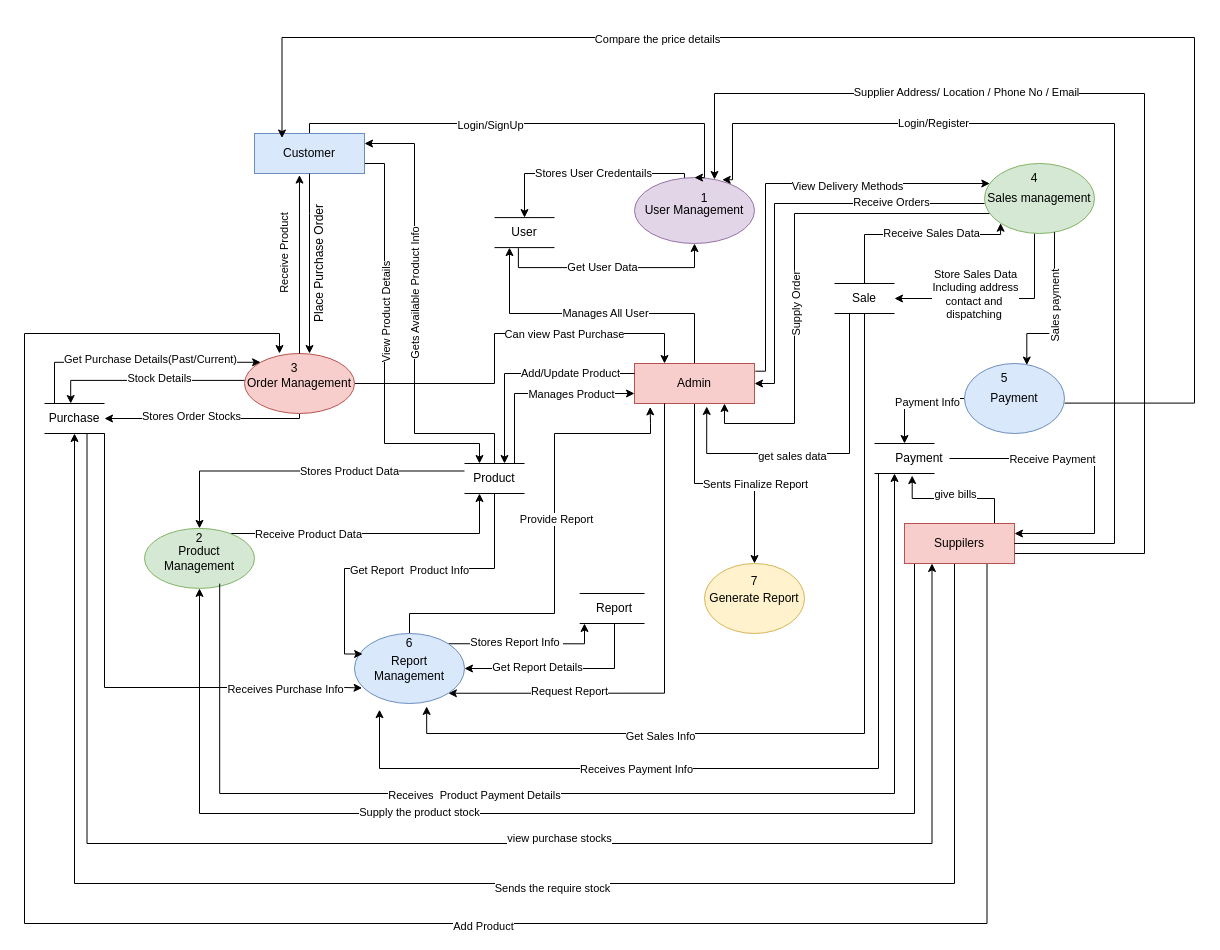
Before: hELLO.drawio in pawal-karki/DRAW.IO, a draw.io diagram. Source tidied: cells renumbered, new cells numbered last; positions are measured from the earlier drawing's top-left corner, leaving out a move shared by most shapes. Both pictures are drawn from the tidied source at 100%, with x=0, y=0 at pixel (24, 37).
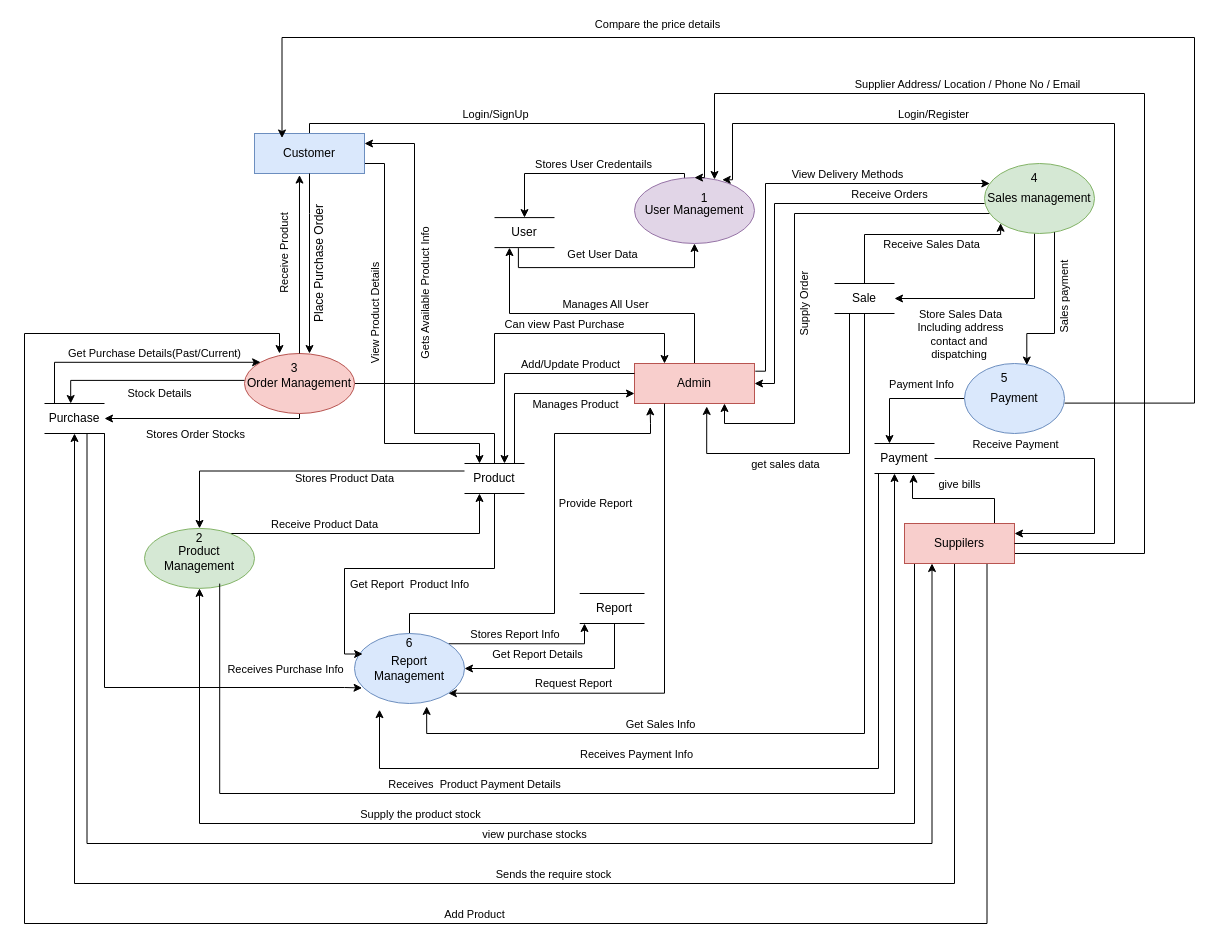
After the change.

The change refers to these unchanged cells:
```xml
<mxCell id="2" style="edgeStyle=orthogonalEdgeStyle;rounded=0;jettySize=auto;html=1;entryX=0.5;entryY=0;entryDx=0;entryDy=0;" parent="1" edge="1" target="83">
<mxCell id="5" style="edgeStyle=orthogonalEdgeStyle;rounded=0;jettySize=auto;html=1;entryX=0.25;entryY=1;entryDx=0;entryDy=0;" parent="1" edge="1" source="11" target="83">
<mxCell id="9" style="edgeStyle=orthogonalEdgeStyle;rounded=0;jettySize=auto;html=1;exitX=1;exitY=0.25;exitDx=0;exitDy=0;" parent="1" edge="1" target="40">
<mxCell id="11" value="Admin" style="rounded=0;whiteSpace=wrap;html=1;fillColor=#f8cecc;strokeColor=#b85450;" parent="1" vertex="1">
<mxCell id="14" style="edgeStyle=orthogonalEdgeStyle;rounded=0;jettySize=auto;html=1;entryX=0.5;entryY=1;entryDx=0;entryDy=0;startArrow=classic;startFill=1;endArrow=none;endFill=0;" parent="1" edge="1" source="22" target="106">
<mxCell id="16" style="edgeStyle=orthogonalEdgeStyle;rounded=0;jettySize=auto;html=1;exitX=1;exitY=0;exitDx=0;exitDy=0;entryX=0;entryY=1;entryDx=0;entryDy=0;" parent="1" edge="1" source="22" target="106">
<mxCell id="18" style="edgeStyle=orthogonalEdgeStyle;rounded=0;jettySize=auto;html=1;entryX=0.13;entryY=1.085;entryDx=0;entryDy=0;entryPerimeter=0;" parent="1" edge="1" source="22" target="11">
<mxCell id="20" style="edgeStyle=orthogonalEdgeStyle;rounded=0;jettySize=auto;html=1;exitX=1;exitY=1;exitDx=0;exitDy=0;entryX=0.25;entryY=1;entryDx=0;entryDy=0;startArrow=classic;startFill=1;endArrow=none;endFill=0;" parent="1" edge="1" source="22" target="11">
<mxCell id="23" style="edgeStyle=orthogonalEdgeStyle;rounded=0;jettySize=auto;html=1;entryX=0.5;entryY=0;entryDx=0;entryDy=0;" parent="1" edge="1" source="27" target="4">
<mxCell id="25" style="edgeStyle=orthogonalEdgeStyle;rounded=0;jettySize=auto;html=1;entryX=0.25;entryY=0;entryDx=0;entryDy=0;" parent="1" edge="1" source="27" target="80">
<mxCell id="28" style="edgeStyle=orthogonalEdgeStyle;rounded=0;jettySize=auto;html=1;" parent="1" edge="1" source="32" target="65">
<mxCell id="30" style="edgeStyle=orthogonalEdgeStyle;rounded=0;jettySize=auto;html=1;entryX=0.25;entryY=0;entryDx=0;entryDy=0;" parent="1" edge="1" source="32" target="11">
<mxCell id="33" style="edgeStyle=orthogonalEdgeStyle;rounded=0;jettySize=auto;html=1;entryX=0.25;entryY=1;entryDx=0;entryDy=0;" parent="1" edge="1" source="35" target="80">
<mxCell id="35" value="Product Management" style="ellipse;whiteSpace=wrap;html=1;fillColor=#d5e8d4;strokeColor=#82b366;" parent="1" vertex="1">
<mxCell id="36" style="edgeStyle=orthogonalEdgeStyle;rounded=0;jettySize=auto;html=1;entryX=0.75;entryY=1;entryDx=0;entryDy=0;" parent="1" edge="1" source="40" target="11">
<mxCell id="38" style="edgeStyle=orthogonalEdgeStyle;rounded=0;jettySize=auto;html=1;entryX=1;entryY=0.5;entryDx=0;entryDy=0;" parent="1" edge="1" source="40" target="94">
<mxCell id="41" style="edgeStyle=orthogonalEdgeStyle;rounded=0;jettySize=auto;html=1;entryX=0.25;entryY=0;entryDx=0;entryDy=0;" parent="1" edge="1" source="45" target="103">
<mxCell id="43" style="edgeStyle=orthogonalEdgeStyle;rounded=0;orthogonalLoop=1;jettySize=auto;html=1;entryX=0.25;entryY=0;entryDx=0;entryDy=0;" parent="1" edge="1">
<mxCell id="46" style="edgeStyle=orthogonalEdgeStyle;rounded=0;jettySize=auto;html=1;entryX=0.5;entryY=1;entryDx=0;entryDy=0;exitX=0.5;exitY=1;exitDx=0;exitDy=0;" parent="1" edge="1" source="54" target="65">
<mxCell id="48" style="edgeStyle=orthogonalEdgeStyle;rounded=0;jettySize=auto;html=1;" parent="1" edge="1" source="54" target="4">
<mxCell id="52" style="edgeStyle=orthogonalEdgeStyle;rounded=0;jettySize=auto;html=1;exitX=0.75;exitY=1;exitDx=0;exitDy=0;entryX=0.25;entryY=0;entryDx=0;entryDy=0;" parent="1" edge="1" source="54" target="116">
<mxCell id="54" value="Suppilers" style="rounded=0;whiteSpace=wrap;html=1;fillColor=#f8cecc;strokeColor=#b85450;" parent="1" vertex="1">
<mxCell id="61" style="edgeStyle=orthogonalEdgeStyle;rounded=0;jettySize=auto;html=1;entryX=0;entryY=0;entryDx=0;entryDy=0;" parent="1" edge="1" source="65" target="32">
<mxCell id="63" style="edgeStyle=orthogonalEdgeStyle;rounded=0;jettySize=auto;html=1;entryX=0.25;entryY=1;entryDx=0;entryDy=0;" parent="1" edge="1" target="54">
<mxCell id="66" style="edgeStyle=orthogonalEdgeStyle;rounded=0;orthogonalLoop=1;jettySize=auto;html=1;entryX=0.035;entryY=0.281;entryDx=0;entryDy=0;entryPerimeter=0;endArrow=none;endFill=0;startArrow=classic;startFill=1;" parent="1" edge="1">
<mxCell id="70" style="edgeStyle=orthogonalEdgeStyle;rounded=0;jettySize=auto;html=1;exitX=0;exitY=0.25;exitDx=0;exitDy=0;" parent="1" edge="1" source="80" target="35">
<mxCell id="72" style="edgeStyle=orthogonalEdgeStyle;rounded=0;jettySize=auto;html=1;" parent="1" edge="1" source="80">
<mxCell id="74" style="edgeStyle=orthogonalEdgeStyle;rounded=0;jettySize=auto;html=1;entryX=0;entryY=0.25;entryDx=0;entryDy=0;startArrow=classic;startFill=1;endArrow=none;endFill=0;" parent="1" edge="1" source="80" target="11">
<mxCell id="76" style="edgeStyle=orthogonalEdgeStyle;rounded=0;jettySize=auto;html=1;entryX=0;entryY=0.75;entryDx=0;entryDy=0;" parent="1" edge="1" source="80" target="11">
<mxCell id="78" style="edgeStyle=orthogonalEdgeStyle;rounded=0;jettySize=auto;html=1;entryX=0.074;entryY=0.293;entryDx=0;entryDy=0;entryPerimeter=0;" parent="1" edge="1" source="80" target="22">
<mxCell id="84" style="edgeStyle=orthogonalEdgeStyle;rounded=0;jettySize=auto;html=1;entryX=0.5;entryY=1;entryDx=0;entryDy=0;exitX=0.398;exitY=1.018;exitDx=0;exitDy=0;exitPerimeter=0;" parent="1" edge="1" source="83" target="4">
<mxCell id="86" style="edgeStyle=orthogonalEdgeStyle;rounded=0;jettySize=auto;html=1;entryX=0.731;entryY=0.033;entryDx=0;entryDy=0;entryPerimeter=0;" parent="1" edge="1" source="54" target="4">
<mxCell id="88" style="edgeStyle=orthogonalEdgeStyle;rounded=0;jettySize=auto;html=1;startArrow=classic;startFill=1;endArrow=none;endFill=0;" parent="1" edge="1" source="11">
<mxCell id="92" style="edgeStyle=orthogonalEdgeStyle;rounded=0;jettySize=auto;html=1;entryX=0;entryY=1;entryDx=0;entryDy=0;" parent="1" edge="1" source="94" target="40">
<mxCell id="97" style="edgeStyle=orthogonalEdgeStyle;rounded=0;jettySize=auto;html=1;entryX=1;entryY=0.25;entryDx=0;entryDy=0;" parent="1" edge="1" source="103" target="54">
<mxCell id="99" style="edgeStyle=orthogonalEdgeStyle;rounded=0;orthogonalLoop=1;jettySize=auto;html=1;entryX=0.684;entryY=0.92;entryDx=0;entryDy=0;entryPerimeter=0;startArrow=classic;startFill=1;endArrow=none;endFill=0;" parent="1" edge="1">
<mxCell id="101" style="edgeStyle=orthogonalEdgeStyle;rounded=0;orthogonalLoop=1;jettySize=auto;html=1;entryX=0;entryY=1;entryDx=0;entryDy=0;" parent="1" edge="1">
<mxCell id="107" style="edgeStyle=orthogonalEdgeStyle;rounded=0;jettySize=auto;html=1;entryX=0.623;entryY=0.022;entryDx=0;entryDy=0;entryPerimeter=0;" parent="1" edge="1" source="40" target="45">
<mxCell id="109" style="edgeStyle=orthogonalEdgeStyle;rounded=0;jettySize=auto;html=1;entryX=0.656;entryY=1.042;entryDx=0;entryDy=0;entryPerimeter=0;" parent="1" edge="1" source="94" target="22">
<mxCell id="111" style="edgeStyle=orthogonalEdgeStyle;rounded=0;jettySize=auto;html=1;entryX=0.069;entryY=0.778;entryDx=0;entryDy=0;entryPerimeter=0;" parent="1" edge="1" target="22">
<mxCell id="120" style="edgeStyle=orthogonalEdgeStyle;rounded=0;jettySize=auto;html=1;exitX=0.25;exitY=1;exitDx=0;exitDy=0;entryX=0.602;entryY=1.074;entryDx=0;entryDy=0;entryPerimeter=0;" parent="1" edge="1" source="94" target="11">
```

Change to the diagram source:
```diff
@@
     <mxCell id="3" value="Stores User Credentails" style="edgeLabel;html=1;align=center;verticalAlign=middle;" parent="2" vertex="1">
-      <mxGeometry x="-0.03" y="-1" relative="1" as="geometry" />
+      <mxGeometry x="-0.03" y="-1" relative="1" as="geometry">
+        <mxPoint y="-9" as="offset" />
+      </mxGeometry>
     </mxCell>
@@
     <mxCell id="6" value="Manages All User" style="edgeLabel;html=1;align=center;verticalAlign=middle;" parent="5" vertex="1">
-      <mxGeometry x="-0.07" y="-1" relative="1" as="geometry" />
+      <mxGeometry x="-0.07" y="-1" relative="1" as="geometry">
+        <mxPoint y="-9" as="offset" />
+      </mxGeometry>
     </mxCell>
-    <mxCell id="7" style="edgeStyle=orthogonalEdgeStyle;rounded=0;jettySize=auto;html=1;entryX=0.5;entryY=0;entryDx=0;entryDy=0;" parent="1" edge="1" source="11" target="113">
-      <mxGeometry relative="1" as="geometry" />
-    </mxCell>
-    <mxCell id="8" value="Sents Finalize Report" style="edgeLabel;html=1;align=center;verticalAlign=middle;" parent="7" vertex="1">
-      <mxGeometry x="-0.01" y="-3" relative="1" as="geometry">
-        <mxPoint x="31" y="-3" as="offset" />
-      </mxGeometry>
-    </mxCell>
@@
     <mxCell id="10" value="View Delivery Methods" style="edgeLabel;html=1;align=center;verticalAlign=middle;" parent="9" vertex="1">
-      <mxGeometry x="0.32" y="-2" relative="1" as="geometry" />
+      <mxGeometry x="0.32" y="-2" relative="1" as="geometry">
+        <mxPoint y="-12" as="offset" />
+      </mxGeometry>
     </mxCell>
@@
     <mxCell id="12" style="edgeStyle=orthogonalEdgeStyle;rounded=0;jettySize=auto;html=1;exitX=0;exitY=1;exitDx=0;exitDy=0;entryX=0.5;entryY=1;entryDx=0;entryDy=0;" parent="1" edge="1" source="54" target="35">
       <mxGeometry relative="1" as="geometry">
         <Array as="points">
           <mxPoint x="890" y="526" />
-          <mxPoint x="890" y="776" />
-          <mxPoint x="175" y="776" />
+          <mxPoint x="890" y="786" />
+          <mxPoint x="175" y="786" />
         </Array>
       </mxGeometry>
     </mxCell>
     <mxCell id="13" value="Supply the product stock" style="edgeLabel;html=1;align=center;verticalAlign=middle;" parent="12" vertex="1">
-      <mxGeometry x="0.26" y="-2" relative="1" as="geometry" />
+      <mxGeometry x="0.26" y="-2" relative="1" as="geometry">
+        <mxPoint x="4" y="-8" as="offset" />
+      </mxGeometry>
     </mxCell>
@@
     <mxCell id="15" value="Get Report Details" style="edgeLabel;html=1;align=center;verticalAlign=middle;" parent="14" vertex="1">
-      <mxGeometry x="-0.26" y="2" relative="1" as="geometry" />
+      <mxGeometry x="-0.26" y="2" relative="1" as="geometry">
+        <mxPoint y="-13" as="offset" />
+      </mxGeometry>
     </mxCell>
@@
     <mxCell id="17" value="Stores Report Info&amp;nbsp;" style="edgeLabel;html=1;align=center;verticalAlign=middle;" parent="16" vertex="1">
-      <mxGeometry x="-0.13" y="2" relative="1" as="geometry" />
+      <mxGeometry x="-0.13" y="2" relative="1" as="geometry">
+        <mxPoint y="-8" as="offset" />
+      </mxGeometry>
     </mxCell>
@@
     <mxCell id="19" value="Provide Report" style="edgeLabel;html=1;align=center;verticalAlign=middle;" parent="18" vertex="1">
-      <mxGeometry x="0.11" y="-1" relative="1" as="geometry" />
+      <mxGeometry x="0.11" y="-1" relative="1" as="geometry">
+        <mxPoint x="39" y="-16" as="offset" />
+      </mxGeometry>
     </mxCell>
@@
     <mxCell id="21" value="Request Report" style="edgeLabel;html=1;align=center;verticalAlign=middle;" parent="20" vertex="1">
-      <mxGeometry x="-0.52" y="2" relative="1" as="geometry" />
+      <mxGeometry x="-0.52" y="2" relative="1" as="geometry">
+        <mxPoint x="4" y="-8" as="offset" />
+      </mxGeometry>
     </mxCell>
@@
     <mxCell id="24" value="Login/SignUp" style="edgeLabel;html=1;align=center;verticalAlign=middle;" parent="23" vertex="1">
-      <mxGeometry x="-0.19" y="-1" relative="1" as="geometry" />
+      <mxGeometry x="-0.19" y="-1" relative="1" as="geometry">
+        <mxPoint x="5" y="-11" as="offset" />
+      </mxGeometry>
     </mxCell>
@@
     <mxCell id="26" value="View Product Details" style="edgeLabel;html=1;align=center;verticalAlign=middle;rotation=-90;" parent="25" vertex="1">
-      <mxGeometry x="-0.18" y="1" relative="1" as="geometry" />
+      <mxGeometry x="-0.18" y="1" relative="1" as="geometry">
+        <mxPoint x="-11" y="1" as="offset" />
+      </mxGeometry>
     </mxCell>
@@
     <mxCell id="29" value="Stores Order Stocks" style="edgeLabel;html=1;align=center;verticalAlign=middle;" parent="28" vertex="1">
-      <mxGeometry x="0.14" y="-3" relative="1" as="geometry" />
+      <mxGeometry x="0.14" y="-3" relative="1" as="geometry">
+        <mxPoint x="4" y="18" as="offset" />
+      </mxGeometry>
     </mxCell>
@@
     <mxCell id="31" value="Can view Past Purchase" style="edgeLabel;html=1;align=center;verticalAlign=middle;" parent="30" vertex="1">
       <mxGeometry x="-0.46" y="-2" relative="1" as="geometry">
-        <mxPoint x="104" y="-52" as="offset" />
+        <mxPoint x="104" y="-62" as="offset" />
       </mxGeometry>
     </mxCell>
@@
     <mxCell id="34" value="Receive Product Data" style="edgeLabel;html=1;align=center;verticalAlign=middle;" parent="33" vertex="1">
-      <mxGeometry x="-0.46" relative="1" as="geometry" />
+      <mxGeometry x="-0.46" relative="1" as="geometry">
+        <mxPoint x="16" y="-10" as="offset" />
+      </mxGeometry>
     </mxCell>
@@
     <mxCell id="37" value="Supply Order" style="edgeLabel;html=1;align=center;verticalAlign=middle;rotation=-90;" parent="36" vertex="1">
-      <mxGeometry x="0.16" y="2" relative="1" as="geometry" />
+      <mxGeometry x="0.16" y="2" relative="1" as="geometry">
+        <mxPoint x="8" as="offset" />
+      </mxGeometry>
     </mxCell>
@@
     <mxCell id="39" value="Store Sales Data&lt;div&gt;Including address&lt;/div&gt;&lt;div&gt;contact and&amp;nbsp;&lt;/div&gt;&lt;div&gt;dispatching&amp;nbsp;&lt;/div&gt;" style="edgeLabel;html=1;align=center;verticalAlign=middle;" parent="38" vertex="1">
       <mxGeometry x="0.14" y="-1" relative="1" as="geometry">
-        <mxPoint x="-8" y="-4" as="offset" />
+        <mxPoint x="-23" y="36" as="offset" />
       </mxGeometry>
     </mxCell>
@@
     <mxCell id="42" value="Payment Info" style="edgeLabel;html=1;align=center;verticalAlign=middle;" parent="41" vertex="1">
-      <mxGeometry x="-0.27" y="3" relative="1" as="geometry" />
+      <mxGeometry x="-0.27" y="3" relative="1" as="geometry">
+        <mxPoint y="-18" as="offset" />
+      </mxGeometry>
     </mxCell>
@@
     <mxCell id="44" value="Compare the price details" style="edgeLabel;html=1;align=center;verticalAlign=middle;" parent="43" vertex="1">
-      <mxGeometry x="0.37" y="1" relative="1" as="geometry" />
+      <mxGeometry x="0.37" y="1" relative="1" as="geometry">
+        <mxPoint y="-15" as="offset" />
+      </mxGeometry>
     </mxCell>
@@
     <mxCell id="47" value="Sends the require stock" style="edgeLabel;html=1;align=center;verticalAlign=middle;" parent="46" vertex="1">
-      <mxGeometry x="-0.12" y="4" relative="1" as="geometry" />
+      <mxGeometry x="-0.12" y="4" relative="1" as="geometry">
+        <mxPoint x="1" y="-14" as="offset" />
+      </mxGeometry>
     </mxCell>
@@
     <mxCell id="49" value="Supplier Address/ Location / Phone No / Email" style="edgeLabel;html=1;align=center;verticalAlign=middle;" parent="48" vertex="1">
-      <mxGeometry x="0.39" y="-2" relative="1" as="geometry" />
+      <mxGeometry x="0.39" y="-2" relative="1" as="geometry">
+        <mxPoint x="1" y="-8" as="offset" />
+      </mxGeometry>
     </mxCell>
-    <mxCell id="50" style="edgeStyle=orthogonalEdgeStyle;rounded=0;jettySize=auto;html=1;entryX=0.378;entryY=1.068;entryDx=0;entryDy=0;entryPerimeter=0;" parent="1" edge="1" source="54" target="103">
+    <mxCell id="50" style="edgeStyle=orthogonalEdgeStyle;rounded=0;jettySize=auto;html=1;entryX=0.65;entryY=1.024;entryDx=0;entryDy=0;entryPerimeter=0;" parent="1" edge="1" source="54" target="103">
       <mxGeometry relative="1" as="geometry">
         <Array as="points">
           <mxPoint x="970" y="461" />
           <mxPoint x="888" y="461" />
+          <mxPoint x="888" y="439" />
+          <mxPoint x="889" y="439" />
         </Array>
       </mxGeometry>
     </mxCell>
     <mxCell id="51" value="give bills" style="edgeLabel;html=1;align=center;verticalAlign=middle;" parent="50" vertex="1">
       <mxGeometry x="-0.43" y="2" relative="1" as="geometry">
-        <mxPoint x="-28" y="-7" as="offset" />
+        <mxPoint x="-23" y="-17" as="offset" />
       </mxGeometry>
     </mxCell>
@@
     <mxCell id="53" value="Add Product" style="edgeLabel;html=1;align=center;verticalAlign=middle;" parent="52" vertex="1">
-      <mxGeometry x="-0.21" y="2" relative="1" as="geometry" />
+      <mxGeometry x="-0.21" y="2" relative="1" as="geometry">
+        <mxPoint x="-9" y="-12" as="offset" />
+      </mxGeometry>
     </mxCell>
@@
     <mxCell id="62" value="Get Purchase Details(Past/Current)" style="edgeLabel;html=1;align=center;verticalAlign=middle;" parent="61" vertex="1">
-      <mxGeometry x="0.11" y="3" relative="1" as="geometry" />
+      <mxGeometry x="0.11" y="3" relative="1" as="geometry">
+        <mxPoint x="4" y="-6" as="offset" />
+      </mxGeometry>
     </mxCell>
@@
     <mxCell id="64" value="view purchase stocks" style="edgeLabel;html=1;align=center;verticalAlign=middle;" parent="63" vertex="1">
       <mxGeometry x="0.15" y="6" relative="1" as="geometry">
-        <mxPoint x="-1" as="offset" />
+        <mxPoint x="-26" y="-4" as="offset" />
       </mxGeometry>
     </mxCell>
@@
     <mxCell id="67" value="Stock Details" style="edgeLabel;html=1;align=center;verticalAlign=middle;" parent="66" vertex="1">
-      <mxGeometry x="0.13" y="2" relative="1" as="geometry" />
+      <mxGeometry x="0.13" y="2" relative="1" as="geometry">
+        <mxPoint y="15" as="offset" />
+      </mxGeometry>
     </mxCell>
@@
     <mxCell id="71" value="Stores Product Data" style="edgeLabel;html=1;align=center;verticalAlign=middle;" parent="70" vertex="1">
-      <mxGeometry x="-0.28" relative="1" as="geometry" />
+      <mxGeometry x="-0.28" relative="1" as="geometry">
+        <mxPoint x="-5" y="7" as="offset" />
+      </mxGeometry>
     </mxCell>
@@
     <mxCell id="73" value="Gets Available Product Info" style="edgeLabel;html=1;align=center;verticalAlign=middle;rotation=-90;" parent="72" vertex="1">
       <mxGeometry x="0.07" y="2" relative="1" as="geometry">
-        <mxPoint x="2" y="-8" as="offset" />
+        <mxPoint x="12" y="-8" as="offset" />
       </mxGeometry>
     </mxCell>
@@
     <mxCell id="75" value="Add/Update Product" style="edgeLabel;html=1;align=center;verticalAlign=middle;" parent="74" vertex="1">
       <mxGeometry x="0.22" y="1" relative="1" as="geometry">
-        <mxPoint x="21" as="offset" />
+        <mxPoint x="21" y="-9" as="offset" />
       </mxGeometry>
     </mxCell>
@@
     <mxCell id="77" value="Manages Product" style="edgeLabel;html=1;align=center;verticalAlign=middle;" parent="76" vertex="1">
       <mxGeometry x="0.19" relative="1" as="geometry">
-        <mxPoint x="13" as="offset" />
+        <mxPoint x="17" y="10" as="offset" />
       </mxGeometry>
     </mxCell>
@@
     <mxCell id="79" value="Get Report&amp;nbsp; Product Info" style="edgeLabel;html=1;align=center;verticalAlign=middle;" parent="78" vertex="1">
-      <mxGeometry x="-0.02" y="1" relative="1" as="geometry" />
+      <mxGeometry x="-0.02" y="1" relative="1" as="geometry">
+        <mxPoint y="14" as="offset" />
+      </mxGeometry>
     </mxCell>
@@
     <mxCell id="85" value="Get User Data" style="edgeLabel;html=1;align=center;verticalAlign=middle;" parent="84" vertex="1">
-      <mxGeometry x="-0.06" y="1" relative="1" as="geometry" />
+      <mxGeometry x="-0.06" y="1" relative="1" as="geometry">
+        <mxPoint y="-13" as="offset" />
+      </mxGeometry>
     </mxCell>
@@
     <mxCell id="87" value="Login/Register" style="edgeLabel;html=1;align=center;verticalAlign=middle;" parent="86" vertex="1">
-      <mxGeometry x="0.45" y="-1" relative="1" as="geometry" />
+      <mxGeometry x="0.45" y="-1" relative="1" as="geometry">
+        <mxPoint y="-9" as="offset" />
+      </mxGeometry>
     </mxCell>
@@
     <mxCell id="89" value="Receive Orders" style="edgeLabel;html=1;align=center;verticalAlign=middle;" parent="88" vertex="1">
       <mxGeometry x="0.47" y="2" relative="1" as="geometry">
-        <mxPoint x="15" as="offset" />
+        <mxPoint x="13" y="-8" as="offset" />
       </mxGeometry>
     </mxCell>
@@
     <mxCell id="93" value="Receive Sales Data" style="edgeLabel;html=1;align=center;verticalAlign=middle;" parent="92" vertex="1">
       <mxGeometry y="-3" relative="1" as="geometry">
-        <mxPoint x="17" y="-5" as="offset" />
+        <mxPoint x="17" y="6" as="offset" />
       </mxGeometry>
     </mxCell>
@@
     <mxCell id="98" value="Receive Payment" style="edgeLabel;html=1;align=center;verticalAlign=middle;" parent="97" vertex="1">
-      <mxGeometry x="-0.32" relative="1" as="geometry" />
+      <mxGeometry x="-0.32" relative="1" as="geometry">
+        <mxPoint x="-27" y="-15" as="offset" />
+      </mxGeometry>
     </mxCell>
@@
     <mxCell id="100" value="Receives&amp;nbsp; Product Payment Details" style="edgeLabel;html=1;align=center;verticalAlign=middle;" parent="99" vertex="1">
-      <mxGeometry x="0.23" y="1" relative="1" as="geometry" />
+      <mxGeometry x="0.23" y="1" relative="1" as="geometry">
+        <mxPoint y="-11" as="offset" />
+      </mxGeometry>
     </mxCell>
@@
     <mxCell id="102" value="Receives Payment Info" style="edgeLabel;html=1;align=center;verticalAlign=middle;" parent="101" vertex="1">
-      <mxGeometry x="0.27" relative="1" as="geometry" />
+      <mxGeometry x="0.27" relative="1" as="geometry">
+        <mxPoint y="-15" as="offset" />
+      </mxGeometry>
     </mxCell>
     <mxCell id="103" value="Payment" style="text;html=1;align=center;verticalAlign=middle;whiteSpace=wrap;rounded=0;" parent="1" vertex="1">
-      <mxGeometry x="865" y="406" width="60" height="30" as="geometry" />
+      <mxGeometry x="850" y="406" width="60" height="30" as="geometry" />
     </mxCell>
@@
     <mxCell id="108" value="Sales payment" style="edgeLabel;html=1;align=center;verticalAlign=middle;rotation=-90;" parent="107" vertex="1">
       <mxGeometry x="-0.2" y="1" relative="1" as="geometry">
-        <mxPoint y="11" as="offset" />
+        <mxPoint x="9" y="2" as="offset" />
       </mxGeometry>
     </mxCell>
@@
     <mxCell id="110" value="Get Sales Info" style="edgeLabel;html=1;align=center;verticalAlign=middle;" parent="109" vertex="1">
       <mxGeometry x="0.41" y="2" relative="1" as="geometry">
-        <mxPoint x="-1" as="offset" />
+        <mxPoint x="-1" y="-12" as="offset" />
       </mxGeometry>
     </mxCell>
@@
     <mxCell id="112" value="Receives Purchase Info" style="edgeLabel;html=1;align=center;verticalAlign=middle;" parent="111" vertex="1">
       <mxGeometry x="0.57" y="-1" relative="1" as="geometry">
-        <mxPoint x="35" as="offset" />
+        <mxPoint x="35" y="-20" as="offset" />
       </mxGeometry>
     </mxCell>
-    <mxCell id="113" value="Generate Report" style="ellipse;whiteSpace=wrap;html=1;fillColor=#fff2cc;strokeColor=#d6b656;" parent="1" vertex="1">
-      <mxGeometry x="680" y="526" width="100" height="70" as="geometry" />
-    </mxCell>
@@
     <mxCell id="121" value="get sales data" style="edgeLabel;html=1;align=center;verticalAlign=middle;" parent="120" vertex="1">
-      <mxGeometry x="0.2" y="2" relative="1" as="geometry" />
+      <mxGeometry x="0.2" y="2" relative="1" as="geometry">
+        <mxPoint x="-7" y="8" as="offset" />
+      </mxGeometry>
     </mxCell>
-    <mxCell id="122" value="7&lt;div&gt;&lt;br&gt;&lt;/div&gt;" style="text;html=1;align=center;verticalAlign=middle;whiteSpace=wrap;rounded=0;" parent="1" vertex="1">
-      <mxGeometry x="700" y="536" width="60" height="30" as="geometry" />
-    </mxCell>
```
